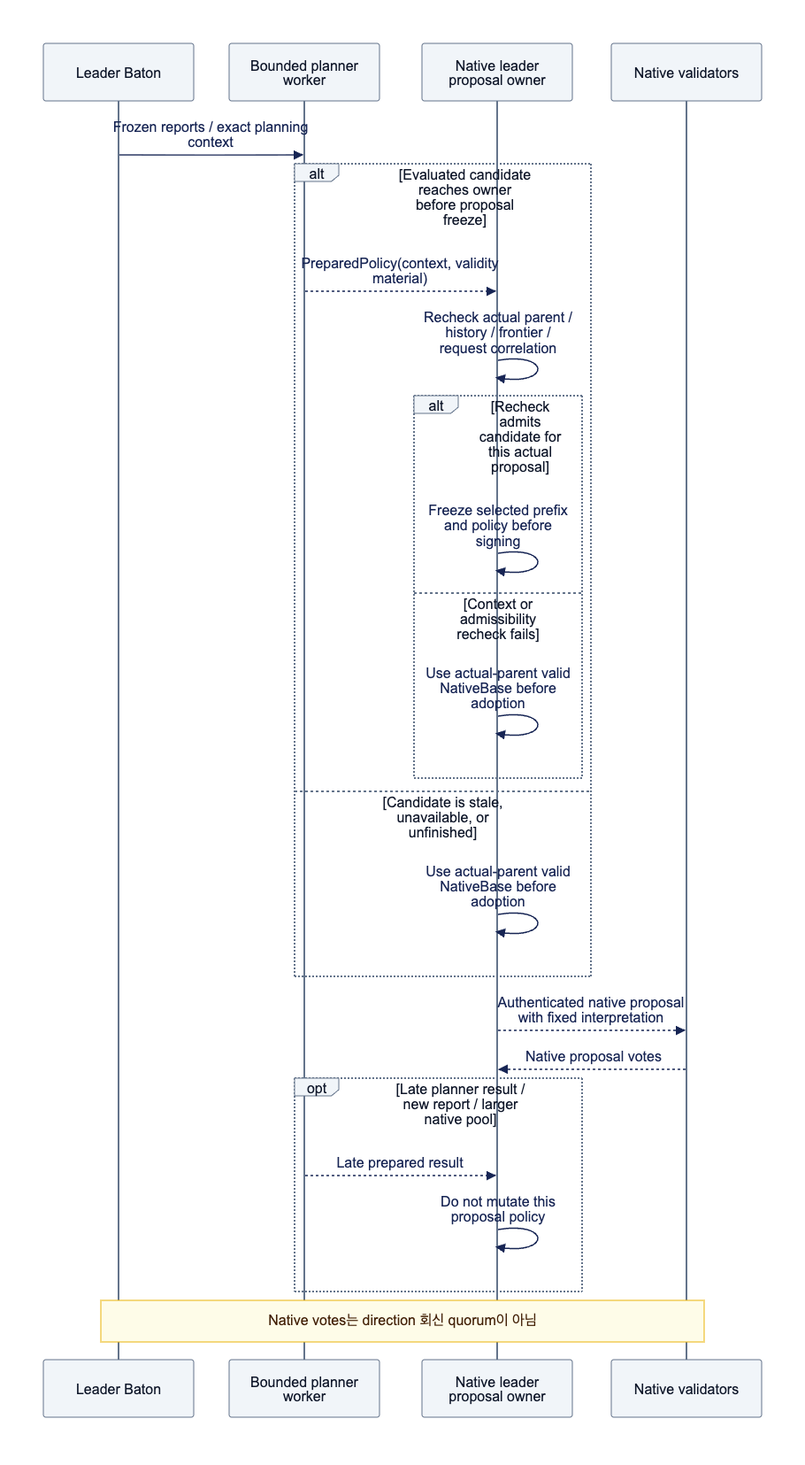
djm07073/baton-research keeps this Mermaid diagram as assets/diagrams/diagram-12.png. Above is the earlier version. Its source is kept beside it as assets/diagrams/diagram-12.mmd.
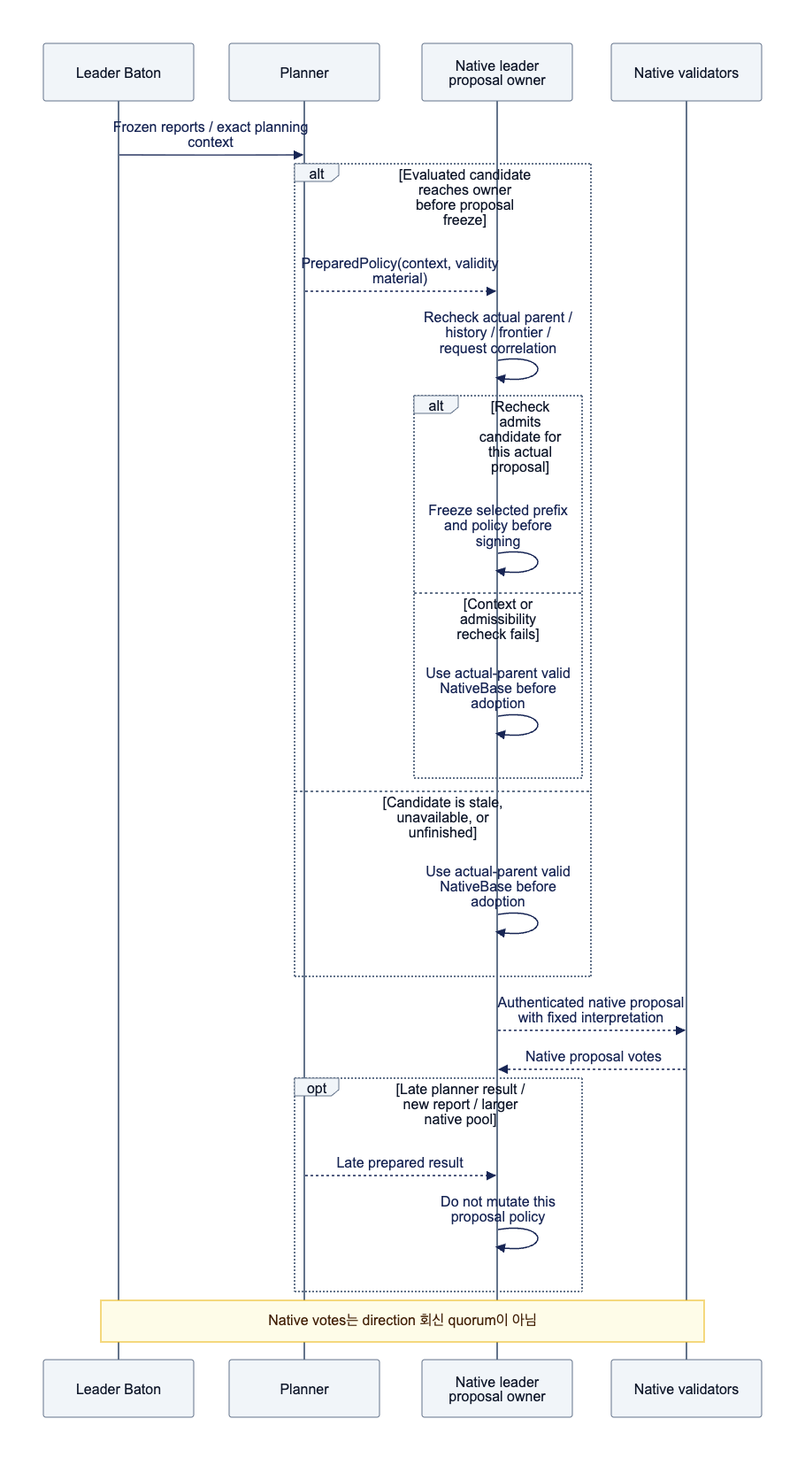
The same file after the commit.

Change to the diagram source:
```diff
@@ -1,6 +1,6 @@
 sequenceDiagram
     participant L as Leader Baton
-    participant P as Bounded planner worker
+    participant P as Planner
     participant N as Native leader proposal owner
     participant V as Native validators
     L->>P: Frozen reports / exact planning context
```
